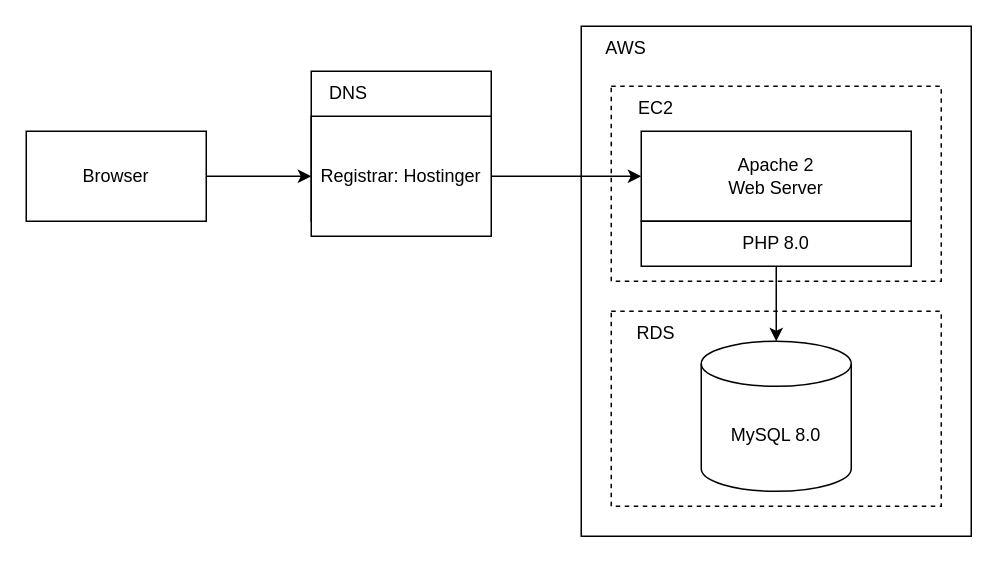
Before: page "Infrastructure" (6 of 7) of docs/design.drawio in censodev/aptech_prj600, a draw.io diagram. Source tidied: cells renumbered, new cells numbered last; positions are measured from the earlier drawing's top-left corner, leaving out a move shared by most shapes. Both pictures are drawn from the tidied source at 150%, with x=0, y=0 at pixel (26, 26).
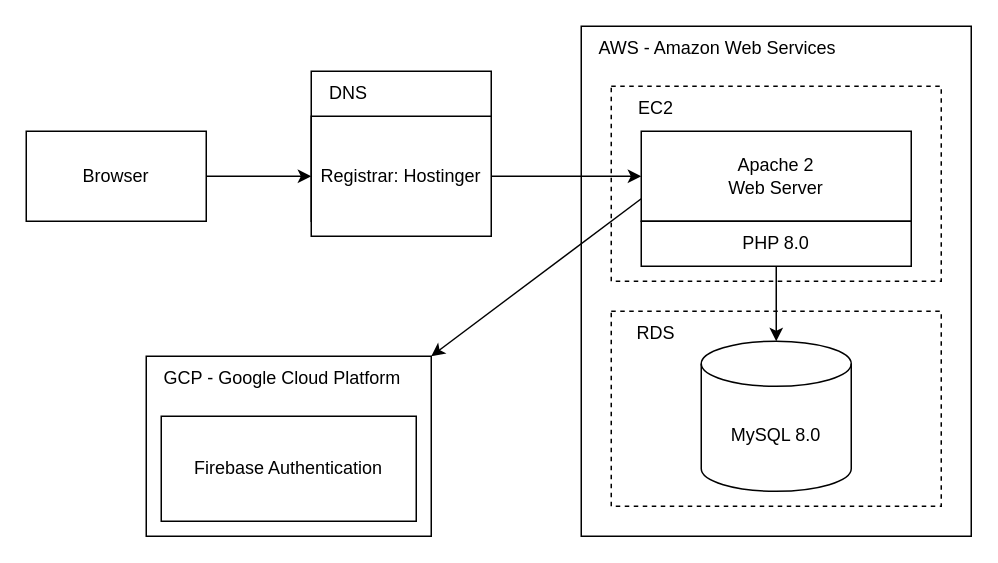
The same diagram, later.

Unchanged cells that the change refers to:
```xml
<mxCell id="15" value="Apache 2&lt;br&gt;Web Server" style="rounded=0;whiteSpace=wrap;html=1;" parent="1" vertex="1">
  <mxGeometry x="410" y="70" width="180" height="60" as="geometry" />
</mxCell>
```

The edit, as a diff of the source:
```diff
@@
-    <mxCell id="3" value="AWS" style="text;html=1;strokeColor=none;fillColor=none;align=center;verticalAlign=middle;whiteSpace=wrap;rounded=0;" parent="1" vertex="1">
-      <mxGeometry x="370" width="60" height="30" as="geometry" />
+    <mxCell id="3" value="AWS - Amazon Web Services" style="text;html=1;strokeColor=none;fillColor=none;align=left;verticalAlign=middle;whiteSpace=wrap;rounded=0;" parent="1" vertex="1">
+      <mxGeometry x="380" width="220" height="30" as="geometry" />
     </mxCell>
@@
+    <mxCell id="18" style="rounded=0;whiteSpace=wrap;html=1;" parent="1" vertex="1">
+      <mxGeometry x="80" y="220" width="190" height="120" as="geometry" />
+    </mxCell>
+    <mxCell id="19" value="GCP - Google Cloud Platform" style="text;html=1;strokeColor=none;fillColor=none;align=left;verticalAlign=middle;whiteSpace=wrap;rounded=0;" parent="1" vertex="1">
+      <mxGeometry x="90" y="220" width="170" height="30" as="geometry" />
+    </mxCell>
+    <mxCell id="20" value="Firebase Authentication" style="rounded=0;whiteSpace=wrap;html=1;" parent="1" vertex="1">
+      <mxGeometry x="90" y="260" width="170" height="70" as="geometry" />
+    </mxCell>
+    <mxCell id="21" style="rounded=0;jettySize=auto;html=1;exitX=0;exitY=0.75;exitDx=0;exitDy=0;entryX=1;entryY=0;entryDx=0;entryDy=0;" parent="1" edge="1" source="15" target="18">
+      <mxGeometry relative="1" as="geometry" />
+    </mxCell>
```
